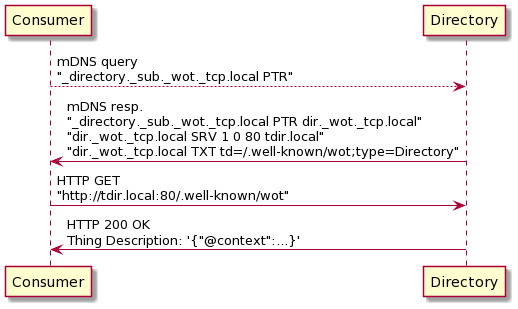
Earlier version of the PlantUML export images/sequence-dnssd-directory.png (w3c/wot-discovery).
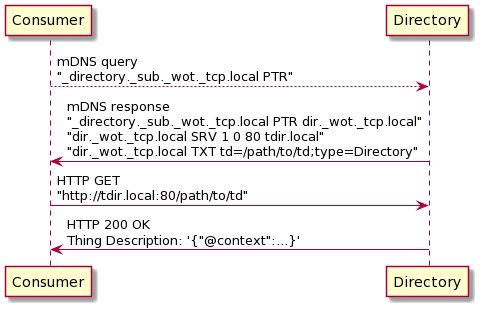
After the change.

Commit message:
update sequence diagrams and IANA consideration text

Change to the diagram source:
```diff
@@ -5,7 +5,7 @@
 participant "Directory" as Directory
 
 Consumer --> Directory : mDNS query\n"_directory._sub._wot._tcp.local PTR"
-Directory ->  Consumer : mDNS resp.\n"_directory._sub._wot._tcp.local PTR dir._wot._tcp.local"\n"dir._wot._tcp.local SRV 1 0 80 tdir.local"\n"dir._wot._tcp.local TXT td=/.well-known/wot;type=Directory"
-Consumer -> Directory  : HTTP GET\n"http://tdir.local:80/.well-known/wot"
+Directory ->  Consumer : mDNS response\n"_directory._sub._wot._tcp.local PTR dir._wot._tcp.local"\n"dir._wot._tcp.local SRV 1 0 80 tdir.local"\n"dir._wot._tcp.local TXT td=/path/to/td;type=Directory"
+Consumer -> Directory  : HTTP GET\n"http://tdir.local:80/path/to/td"
 Directory ->  Consumer : HTTP 200 OK\nThing Description: '{"@context":...}'
 @enduml
```
